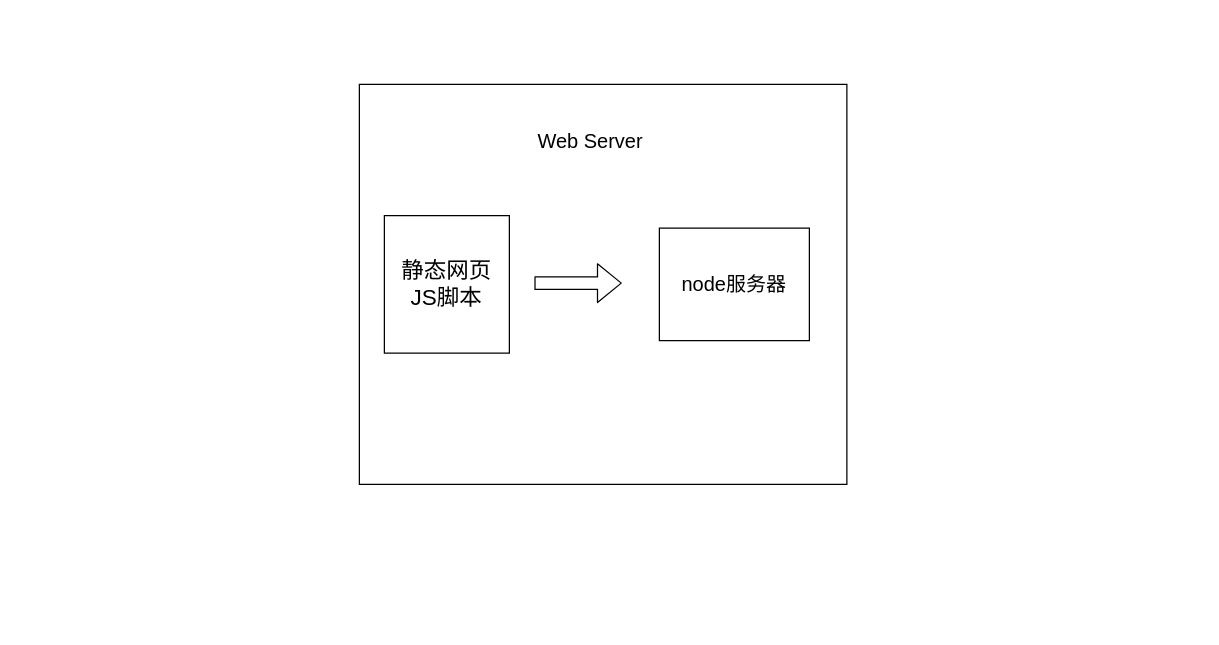
Earlier version of the draw.io diagram 系统架构.drawio (FanBB2333/JAD-Project2). Source tidied: cells renumbered, new cells numbered last; positions are measured from the earlier drawing's top-left corner, leaving out a move shared by most shapes. Both pictures are drawn from the tidied source at 125%, with x=0, y=0 at pixel (359, 84).
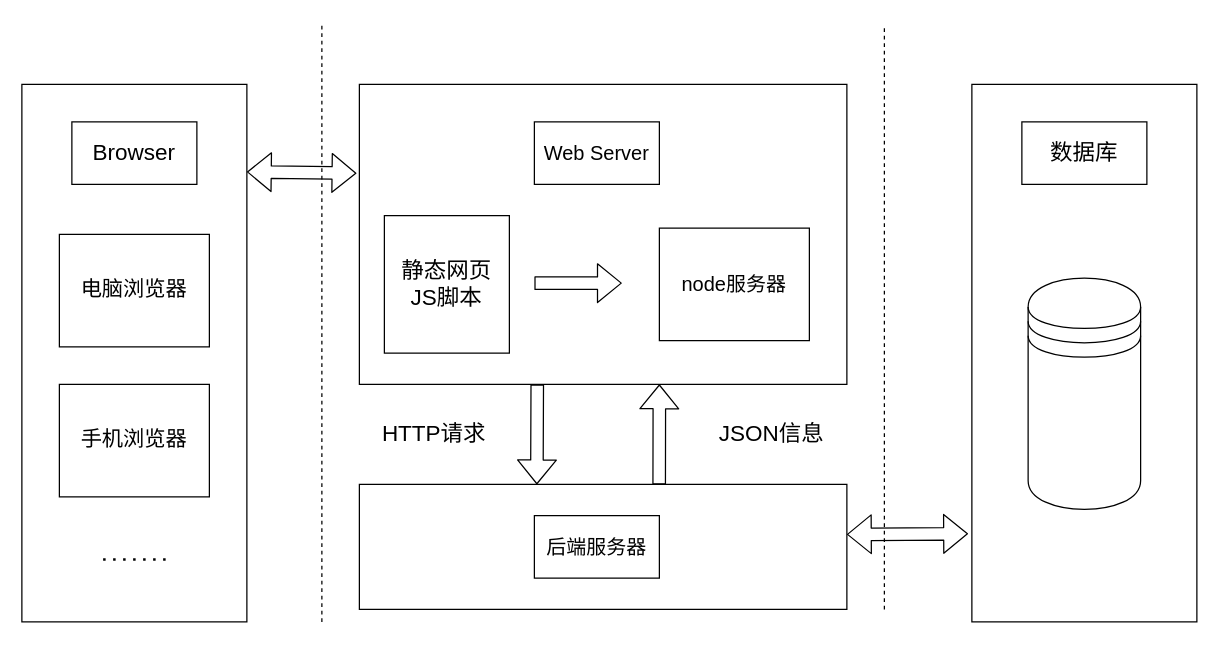
The same diagram, later.

Diff of the diagram source:
```diff
@@
     <mxCell id="2" style="rounded=0;whiteSpace=wrap;html=1;" parent="1" vertex="1">
-      <mxGeometry width="390" height="320" as="geometry" />
+      <mxGeometry width="390" height="240" as="geometry" />
     </mxCell>
@@
+    <mxCell id="7" style="endArrow=none;dashed=1;html=1;" parent="1" edge="1">
+      <mxGeometry relative="1" as="geometry">
+        <mxPoint x="-30" y="430" as="sourcePoint" />
+        <mxPoint x="-30" y="-50" as="targetPoint" />
+      </mxGeometry>
+    </mxCell>
+    <mxCell id="8" style="endArrow=none;dashed=1;html=1;" parent="1" edge="1">
+      <mxGeometry relative="1" as="geometry">
+        <mxPoint x="420" y="420" as="sourcePoint" />
+        <mxPoint x="420" y="-45" as="targetPoint" />
+      </mxGeometry>
+    </mxCell>
+    <mxCell id="9" value="&lt;font style=&quot;font-size: 17px&quot;&gt;&lt;br&gt;&lt;/font&gt;" style="rounded=0;whiteSpace=wrap;html=1;" parent="1" vertex="1">
+      <mxGeometry x="-270" width="180" height="430" as="geometry" />
+    </mxCell>
+    <mxCell id="10" value="&lt;font style=&quot;font-size: 18px&quot;&gt;Browser&lt;/font&gt;" style="rounded=0;whiteSpace=wrap;html=1;" parent="1" vertex="1">
+      <mxGeometry x="-230" y="30" width="100" height="50" as="geometry" />
+    </mxCell>
+    <mxCell id="11" value="&lt;span style=&quot;font-size: 17px&quot;&gt;电脑浏览器&lt;/span&gt;" style="rounded=0;whiteSpace=wrap;html=1;" parent="1" vertex="1">
+      <mxGeometry x="-240" y="120" width="120" height="90" as="geometry" />
+    </mxCell>
-    <mxCell id="6" value="&lt;font style=&quot;font-size: 16px&quot;&gt;Web Server&lt;/font&gt;" style="text;html=1;strokeColor=none;fillColor=none;align=center;verticalAlign=middle;whiteSpace=wrap;rounded=0;" parent="1" vertex="1">
-      <mxGeometry x="130" y="20" width="110" height="50" as="geometry" />
+    <mxCell id="6" value="&lt;span style=&quot;font-size: 16px&quot;&gt;Web Server&lt;/span&gt;" style="rounded=0;whiteSpace=wrap;html=1;" parent="1" vertex="1">
+      <mxGeometry x="140" y="30" width="100" height="50" as="geometry" />
     </mxCell>
+    <mxCell id="12" style="rounded=0;whiteSpace=wrap;html=1;" parent="1" vertex="1">
+      <mxGeometry y="320" width="390" height="100" as="geometry" />
+    </mxCell>
+    <mxCell id="13" style="shape=flexArrow;endArrow=classic;html=1;" parent="1" edge="1">
+      <mxGeometry relative="1" as="geometry">
+        <mxPoint x="142.3" y="240" as="sourcePoint" />
+        <mxPoint x="142" y="320" as="targetPoint" />
+      </mxGeometry>
+    </mxCell>
+    <mxCell id="14" value="&lt;font style=&quot;font-size: 18px&quot;&gt;HTTP请求&lt;/font&gt;" style="text;html=1;strokeColor=none;fillColor=none;align=center;verticalAlign=middle;whiteSpace=wrap;rounded=0;" parent="1" vertex="1">
+      <mxGeometry y="270" width="120" height="20" as="geometry" />
+    </mxCell>
+    <mxCell id="15" value="&lt;span style=&quot;font-size: 16px&quot;&gt;后端服务器&lt;/span&gt;" style="rounded=0;whiteSpace=wrap;html=1;" parent="1" vertex="1">
+      <mxGeometry x="140" y="345" width="100" height="50" as="geometry" />
+    </mxCell>
+    <mxCell id="16" value="&lt;span style=&quot;font-size: 17px&quot;&gt;手机浏览器&lt;/span&gt;" style="rounded=0;whiteSpace=wrap;html=1;" parent="1" vertex="1">
+      <mxGeometry x="-240" y="240" width="120" height="90" as="geometry" />
+    </mxCell>
+    <mxCell id="17" style="endArrow=none;dashed=1;html=1;dashPattern=1 3;strokeWidth=2;" parent="1" edge="1">
+      <mxGeometry relative="1" as="geometry">
+        <mxPoint x="-205" y="380" as="sourcePoint" />
+        <mxPoint x="-155" y="380" as="targetPoint" />
+      </mxGeometry>
+    </mxCell>
+    <mxCell id="18" value="&lt;font style=&quot;font-size: 17px&quot;&gt;&lt;br&gt;&lt;/font&gt;" style="rounded=0;whiteSpace=wrap;html=1;" parent="1" vertex="1">
+      <mxGeometry x="490" width="180" height="430" as="geometry" />
+    </mxCell>
+    <mxCell id="19" value="&lt;span style=&quot;font-size: 18px&quot;&gt;数据库&lt;/span&gt;" style="rounded=0;whiteSpace=wrap;html=1;" parent="1" vertex="1">
+      <mxGeometry x="530" y="30" width="100" height="50" as="geometry" />
+    </mxCell>
+    <mxCell id="20" style="shape=datastore;whiteSpace=wrap;html=1;" parent="1" vertex="1">
+      <mxGeometry x="535" y="155" width="90" height="185" as="geometry" />
+    </mxCell>
+    <mxCell id="21" value="&lt;font style=&quot;font-size: 18px&quot;&gt;JSON信息&lt;/font&gt;" style="text;html=1;strokeColor=none;fillColor=none;align=center;verticalAlign=middle;whiteSpace=wrap;rounded=0;" parent="1" vertex="1">
+      <mxGeometry x="270" y="270" width="120" height="20" as="geometry" />
+    </mxCell>
+    <mxCell id="22" style="shape=flexArrow;endArrow=classic;html=1;exitX=0.615;exitY=0;exitDx=0;exitDy=0;exitPerimeter=0;" parent="1" edge="1" source="12">
+      <mxGeometry relative="1" as="geometry">
+        <mxPoint x="240" y="240" as="targetPoint" />
+      </mxGeometry>
+    </mxCell>
+    <mxCell id="23" style="shape=flexArrow;endArrow=classic;startArrow=classic;html=1;entryX=-0.006;entryY=0.296;entryDx=0;entryDy=0;entryPerimeter=0;" parent="1" edge="1" target="2">
+      <mxGeometry relative="1" as="geometry">
+        <mxPoint x="-90" y="70" as="sourcePoint" />
+      </mxGeometry>
+    </mxCell>
+    <mxCell id="24" style="shape=flexArrow;endArrow=classic;startArrow=classic;html=1;entryX=-0.017;entryY=0.836;entryDx=0;entryDy=0;entryPerimeter=0;" parent="1" edge="1" target="18">
+      <mxGeometry relative="1" as="geometry">
+        <mxPoint x="390" y="360" as="sourcePoint" />
+      </mxGeometry>
+    </mxCell>
```
